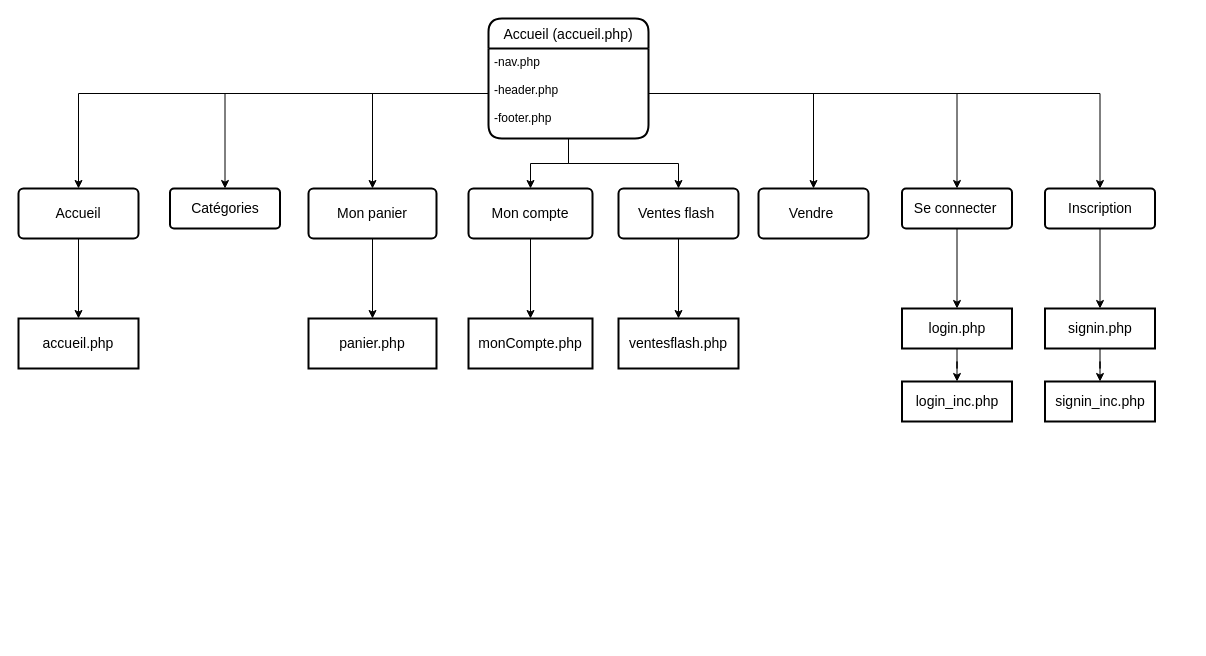
Before: storyboard.drawio in Whyrden/ECEAmazon, a draw.io diagram. Source tidied: cells renumbered, new cells numbered last; positions are measured from the earlier drawing's top-left corner, leaving out a move shared by most shapes. Both pictures are drawn from the tidied source at 100%, with x=0, y=0 at pixel (18, 18).
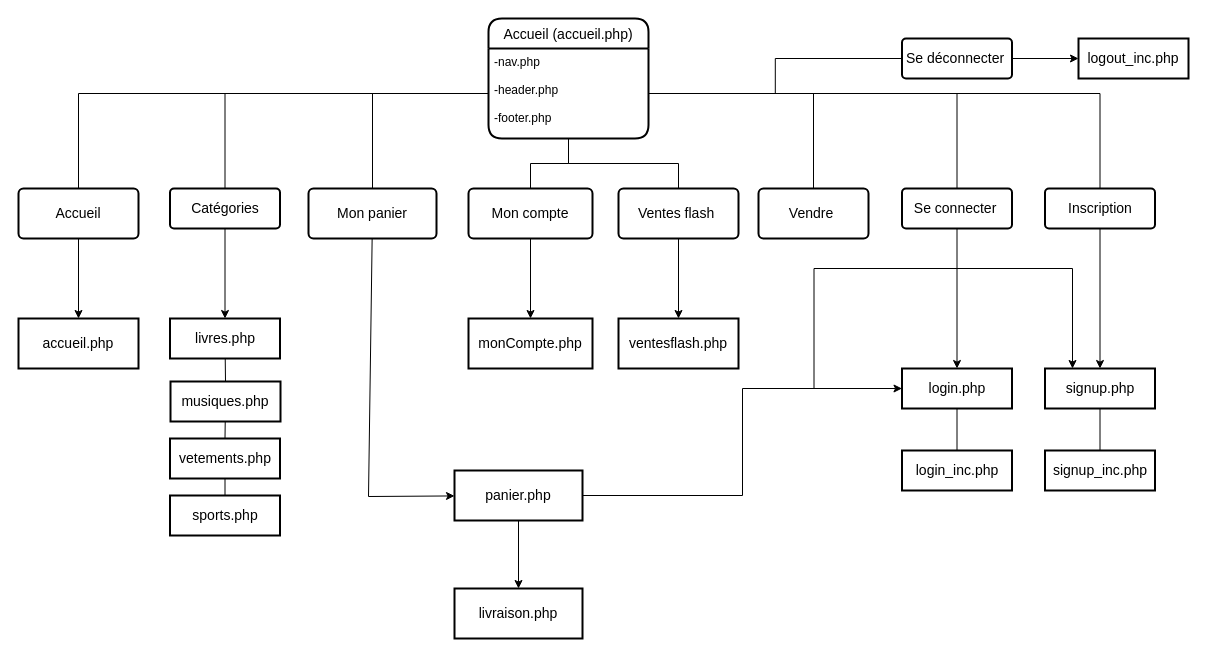
The same diagram, later.

Commit message (it also covers changes not shown here):
maj de la storyboard

Unchanged cells that the change refers to:
```xml
<mxCell id="3" value="Accueil&lt;br&gt;" style="strokeWidth=2;rounded=1;arcSize=10;whiteSpace=wrap;html=1;align=center;fontSize=14;fillColor=#FFFFFF;" parent="1" vertex="1">
  <mxGeometry y="170" width="120" height="50" as="geometry" />
</mxCell>
<mxCell id="5" value="Catégories&lt;br&gt;" style="strokeWidth=2;rounded=1;arcSize=10;whiteSpace=wrap;html=1;align=center;fontSize=14;fillColor=#FFFFFF;" parent="1" vertex="1">
  <mxGeometry x="151.5" y="170" width="110" height="40" as="geometry" />
</mxCell>
<mxCell id="6" value="Vendre&amp;nbsp;&lt;br&gt;" style="strokeWidth=2;rounded=1;arcSize=10;whiteSpace=wrap;html=1;align=center;fontSize=14;fillColor=#FFFFFF;" parent="1" vertex="1">
  <mxGeometry x="740" y="170" width="110" height="50" as="geometry" />
</mxCell>
<mxCell id="8" value="Mon panier&lt;br&gt;" style="strokeWidth=2;rounded=1;arcSize=10;whiteSpace=wrap;html=1;align=center;fontSize=14;fillColor=#FFFFFF;" parent="1" vertex="1">
  <mxGeometry x="290" y="170" width="128" height="50" as="geometry" />
</mxCell>
<mxCell id="11" value="Mon compte&lt;br&gt;" style="strokeWidth=2;rounded=1;arcSize=10;whiteSpace=wrap;html=1;align=center;fontSize=14;fillColor=#FFFFFF;" parent="1" vertex="1">
  <mxGeometry x="450" y="170" width="124" height="50" as="geometry" />
</mxCell>
<mxCell id="14" value="-nav.php&#10;&#10;-header.php&#10;&#10;-footer.php" style="align=left;strokeColor=none;fillColor=none;spacingLeft=4;fontSize=12;verticalAlign=top;" parent="13" vertex="1">
  <mxGeometry y="30" width="160" height="90" as="geometry" />
</mxCell>
<mxCell id="16" value="Ventes flash&amp;nbsp;&lt;br&gt;" style="strokeWidth=2;rounded=1;arcSize=10;whiteSpace=wrap;html=1;align=center;fontSize=14;fillColor=#FFFFFF;" parent="1" vertex="1">
  <mxGeometry x="600" y="170" width="120" height="50" as="geometry" />
</mxCell>
<mxCell id="19" value="Inscription&lt;br&gt;" style="strokeWidth=2;rounded=1;arcSize=10;whiteSpace=wrap;html=1;align=center;fontSize=14;fillColor=#FFFFFF;" parent="1" vertex="1">
  <mxGeometry x="1026.5" y="170" width="110" height="40" as="geometry" />
</mxCell>
<mxCell id="23" value="Se connecter&amp;nbsp;&lt;br&gt;" style="strokeWidth=2;rounded=1;arcSize=10;whiteSpace=wrap;html=1;align=center;fontSize=14;fillColor=#FFFFFF;" parent="1" vertex="1">
  <mxGeometry x="883.5" y="170" width="110" height="40" as="geometry" />
</mxCell>
```

Diff of the diagram source:
```diff
@@
+    <mxCell id="36" style="edgeStyle=orthogonalEdgeStyle;rounded=0;jettySize=auto;html=1;entryX=0.5;entryY=0;entryDx=0;entryDy=0;fontSize=15;fontColor=#000000;" parent="1" edge="1" source="5" target="40">
+      <mxGeometry relative="1" as="geometry" />
+    </mxCell>
@@
-    <mxCell id="7" style="edgeStyle=orthogonalEdgeStyle;rounded=0;jettySize=auto;html=1;fontSize=15;fontColor=#000000;" parent="1" edge="1" source="8" target="9">
-      <mxGeometry relative="1" as="geometry" />
+    <mxCell id="7" style="rounded=0;jettySize=auto;html=1;fontSize=15;fontColor=#000000;strokeColor=#000000;" parent="1" edge="1" source="8" target="9">
+      <mxGeometry relative="1" as="geometry">
+        <Array as="points">
+          <mxPoint x="350" y="478" />
+        </Array>
+      </mxGeometry>
     </mxCell>
@@
+    <mxCell id="37" style="edgeStyle=none;rounded=1;jettySize=auto;html=1;entryX=0.5;entryY=0;entryDx=0;entryDy=0;strokeColor=#000000;fontSize=15;fontColor=#000000;" parent="1" edge="1" source="9" target="46">
+      <mxGeometry relative="1" as="geometry" />
+    </mxCell>
+    <mxCell id="38" style="edgeStyle=orthogonalEdgeStyle;rounded=0;jettySize=auto;html=1;startArrow=none;startFill=0;endArrow=classic;endFill=1;strokeColor=#000000;fontSize=15;fontColor=#000000;entryX=0;entryY=0.5;entryDx=0;entryDy=0;" parent="1" edge="1" source="9" target="25">
+      <mxGeometry relative="1" as="geometry">
+        <Array as="points">
+          <mxPoint x="724" y="477" />
+          <mxPoint x="724" y="370" />
+        </Array>
+      </mxGeometry>
+    </mxCell>
     <mxCell id="9" value="panier.php" style="strokeWidth=2;rounded=0;arcSize=10;whiteSpace=wrap;html=1;align=center;fontSize=14;fillColor=#FFFFFF;" parent="1" vertex="1">
-      <mxGeometry x="290" y="300" width="128" height="50" as="geometry" />
+      <mxGeometry x="436" y="452" width="128" height="50" as="geometry" />
     </mxCell>
@@
-    <mxCell id="20" style="edgeStyle=orthogonalEdgeStyle;rounded=0;jettySize=auto;html=1;entryX=0.5;entryY=0;entryDx=0;entryDy=0;fontSize=15;fontColor=#000000;" parent="1" edge="1" source="21" target="35">
+    <mxCell id="20" style="edgeStyle=orthogonalEdgeStyle;rounded=0;jettySize=auto;html=1;entryX=0.5;entryY=0;entryDx=0;entryDy=0;fontSize=15;fontColor=#000000;endArrow=none;endFill=0;" parent="1" edge="1" source="21" target="35">
       <mxGeometry relative="1" as="geometry" />
     </mxCell>
-    <mxCell id="21" value="signin.php&lt;br&gt;" style="strokeWidth=2;rounded=0;arcSize=10;whiteSpace=wrap;html=1;align=center;fontSize=14;fillColor=#FFFFFF;" parent="1" vertex="1">
-      <mxGeometry x="1026.5" y="290" width="110" height="40" as="geometry" />
+    <mxCell id="21" value="signup.php&lt;br&gt;" style="strokeWidth=2;rounded=0;arcSize=10;whiteSpace=wrap;html=1;align=center;fontSize=14;fillColor=#FFFFFF;" parent="1" vertex="1">
+      <mxGeometry x="1026.5" y="350" width="110" height="40" as="geometry" />
     </mxCell>
@@
-    <mxCell id="24" style="edgeStyle=orthogonalEdgeStyle;rounded=0;jettySize=auto;html=1;fontSize=15;fontColor=#000000;" parent="1" edge="1" source="25" target="34">
+    <mxCell id="24" style="edgeStyle=orthogonalEdgeStyle;rounded=0;jettySize=auto;html=1;fontSize=15;fontColor=#000000;endArrow=none;endFill=0;" parent="1" edge="1" source="25" target="34">
       <mxGeometry relative="1" as="geometry" />
     </mxCell>
     <mxCell id="25" value="login.php&lt;br&gt;" style="strokeWidth=2;rounded=0;arcSize=10;whiteSpace=wrap;html=1;align=center;fontSize=14;fillColor=#FFFFFF;" parent="1" vertex="1">
-      <mxGeometry x="883.5" y="290" width="110" height="40" as="geometry" />
+      <mxGeometry x="883.5" y="350" width="110" height="40" as="geometry" />
     </mxCell>
-    <mxCell id="26" style="edgeStyle=orthogonalEdgeStyle;rounded=0;jettySize=auto;html=1;entryX=0.5;entryY=0;entryDx=0;entryDy=0;fontSize=15;fontColor=#000000;" parent="1" edge="1" source="14" target="3">
+    <mxCell id="26" style="edgeStyle=orthogonalEdgeStyle;rounded=0;jettySize=auto;html=1;entryX=0.5;entryY=0;entryDx=0;entryDy=0;fontSize=15;fontColor=#000000;endArrow=none;endFill=0;" parent="1" edge="1" source="14" target="3">
       <mxGeometry relative="1" as="geometry" />
     </mxCell>
-    <mxCell id="27" style="edgeStyle=orthogonalEdgeStyle;rounded=0;jettySize=auto;html=1;entryX=0.5;entryY=0;entryDx=0;entryDy=0;fontSize=15;fontColor=#000000;" parent="1" edge="1" source="14" target="5">
+    <mxCell id="27" style="edgeStyle=orthogonalEdgeStyle;rounded=0;jettySize=auto;html=1;entryX=0.5;entryY=0;entryDx=0;entryDy=0;fontSize=15;fontColor=#000000;endArrow=none;endFill=0;" parent="1" edge="1" source="14" target="5">
       <mxGeometry relative="1" as="geometry" />
     </mxCell>
-    <mxCell id="28" style="edgeStyle=orthogonalEdgeStyle;rounded=0;jettySize=auto;html=1;entryX=0.5;entryY=0;entryDx=0;entryDy=0;fontSize=15;fontColor=#000000;" parent="1" edge="1" source="14" target="8">
+    <mxCell id="28" style="edgeStyle=orthogonalEdgeStyle;rounded=0;jettySize=auto;html=1;entryX=0.5;entryY=0;entryDx=0;entryDy=0;fontSize=15;fontColor=#000000;endArrow=none;endFill=0;" parent="1" edge="1" source="14" target="8">
       <mxGeometry relative="1" as="geometry" />
     </mxCell>
-    <mxCell id="29" style="edgeStyle=orthogonalEdgeStyle;rounded=0;jettySize=auto;html=1;entryX=0.5;entryY=0;entryDx=0;entryDy=0;fontSize=15;fontColor=#000000;" parent="1" edge="1" source="14" target="11">
+    <mxCell id="29" style="edgeStyle=orthogonalEdgeStyle;rounded=0;jettySize=auto;html=1;entryX=0.5;entryY=0;entryDx=0;entryDy=0;fontSize=15;fontColor=#000000;endArrow=none;endFill=0;" parent="1" edge="1" source="14" target="11">
       <mxGeometry relative="1" as="geometry" />
     </mxCell>
-    <mxCell id="30" style="edgeStyle=orthogonalEdgeStyle;rounded=0;jettySize=auto;html=1;entryX=0.5;entryY=0;entryDx=0;entryDy=0;fontSize=15;fontColor=#000000;" parent="1" edge="1" source="14" target="16">
+    <mxCell id="30" style="edgeStyle=orthogonalEdgeStyle;rounded=0;jettySize=auto;html=1;entryX=0.5;entryY=0;entryDx=0;entryDy=0;fontSize=15;fontColor=#000000;endArrow=none;endFill=0;" parent="1" edge="1" source="14" target="16">
       <mxGeometry relative="1" as="geometry" />
     </mxCell>
-    <mxCell id="31" style="edgeStyle=orthogonalEdgeStyle;rounded=0;jettySize=auto;html=1;entryX=0.5;entryY=0;entryDx=0;entryDy=0;fontSize=15;fontColor=#000000;" parent="1" edge="1" source="14" target="6">
+    <mxCell id="31" style="edgeStyle=orthogonalEdgeStyle;rounded=0;jettySize=auto;html=1;entryX=0.5;entryY=0;entryDx=0;entryDy=0;fontSize=15;fontColor=#000000;endArrow=none;endFill=0;" parent="1" edge="1" source="14" target="6">
       <mxGeometry relative="1" as="geometry" />
     </mxCell>
-    <mxCell id="32" style="edgeStyle=orthogonalEdgeStyle;rounded=0;jettySize=auto;html=1;entryX=0.5;entryY=0;entryDx=0;entryDy=0;fontSize=15;fontColor=#000000;" parent="1" edge="1" source="14" target="23">
+    <mxCell id="32" style="edgeStyle=orthogonalEdgeStyle;rounded=0;jettySize=auto;html=1;entryX=0.5;entryY=0;entryDx=0;entryDy=0;fontSize=15;fontColor=#000000;endArrow=none;endFill=0;" parent="1" edge="1" source="14" target="23">
       <mxGeometry relative="1" as="geometry" />
     </mxCell>
-    <mxCell id="33" style="edgeStyle=orthogonalEdgeStyle;rounded=0;jettySize=auto;html=1;entryX=0.5;entryY=0;entryDx=0;entryDy=0;fontSize=15;fontColor=#000000;" parent="1" edge="1" source="14" target="19">
+    <mxCell id="33" style="edgeStyle=orthogonalEdgeStyle;rounded=0;jettySize=auto;html=1;entryX=0.5;entryY=0;entryDx=0;entryDy=0;fontSize=15;fontColor=#000000;startArrow=none;startFill=0;endArrow=none;endFill=0;" parent="1" edge="1" source="14" target="19">
       <mxGeometry relative="1" as="geometry" />
     </mxCell>
     <mxCell id="34" value="login_inc.php&lt;br&gt;" style="strokeWidth=2;rounded=0;arcSize=10;whiteSpace=wrap;html=1;align=center;fontSize=14;fillColor=#FFFFFF;" parent="1" vertex="1">
-      <mxGeometry x="883.5" y="363" width="110" height="40" as="geometry" />
+      <mxGeometry x="883.5" y="432" width="110" height="40" as="geometry" />
     </mxCell>
-    <mxCell id="35" value="signin_inc.php&lt;br&gt;" style="strokeWidth=2;rounded=0;arcSize=10;whiteSpace=wrap;html=1;align=center;fontSize=14;fillColor=#FFFFFF;" parent="1" vertex="1">
-      <mxGeometry x="1026.5" y="363" width="110" height="40" as="geometry" />
+    <mxCell id="35" value="signup_inc.php&lt;br&gt;" style="strokeWidth=2;rounded=0;arcSize=10;whiteSpace=wrap;html=1;align=center;fontSize=14;fillColor=#FFFFFF;" parent="1" vertex="1">
+      <mxGeometry x="1026.5" y="432" width="110" height="40" as="geometry" />
     </mxCell>
+    <mxCell id="39" style="edgeStyle=none;rounded=1;jettySize=auto;html=1;entryX=0.5;entryY=0;entryDx=0;entryDy=0;strokeColor=#000000;fontSize=15;fontColor=#000000;endArrow=none;endFill=0;" parent="1" edge="1" source="40" target="42">
+      <mxGeometry relative="1" as="geometry" />
+    </mxCell>
+    <mxCell id="40" value="livres.php&lt;br&gt;" style="strokeWidth=2;rounded=0;arcSize=10;whiteSpace=wrap;html=1;align=center;fontSize=14;fillColor=#FFFFFF;" parent="1" vertex="1">
+      <mxGeometry x="151.5" y="300" width="110" height="40" as="geometry" />
+    </mxCell>
+    <mxCell id="41" style="edgeStyle=none;rounded=1;jettySize=auto;html=1;entryX=0.5;entryY=0;entryDx=0;entryDy=0;strokeColor=#000000;fontSize=15;fontColor=#000000;endArrow=none;endFill=0;" parent="1" edge="1" source="42" target="44">
+      <mxGeometry relative="1" as="geometry" />
+    </mxCell>
+    <mxCell id="42" value="musiques.php&lt;br&gt;" style="strokeWidth=2;rounded=0;arcSize=10;whiteSpace=wrap;html=1;align=center;fontSize=14;fillColor=#FFFFFF;" parent="1" vertex="1">
+      <mxGeometry x="152" y="363" width="110" height="40" as="geometry" />
+    </mxCell>
+    <mxCell id="43" style="edgeStyle=none;rounded=1;jettySize=auto;html=1;entryX=0.5;entryY=0;entryDx=0;entryDy=0;strokeColor=#000000;fontSize=15;fontColor=#000000;endArrow=none;endFill=0;" parent="1" edge="1" source="44" target="45">
+      <mxGeometry relative="1" as="geometry" />
+    </mxCell>
+    <mxCell id="44" value="vetements.php&lt;br&gt;" style="strokeWidth=2;rounded=0;arcSize=10;whiteSpace=wrap;html=1;align=center;fontSize=14;fillColor=#FFFFFF;" parent="1" vertex="1">
+      <mxGeometry x="151.5" y="420" width="110" height="40" as="geometry" />
+    </mxCell>
+    <mxCell id="45" value="sports.php&lt;br&gt;" style="strokeWidth=2;rounded=0;arcSize=10;whiteSpace=wrap;html=1;align=center;fontSize=14;fillColor=#FFFFFF;" parent="1" vertex="1">
+      <mxGeometry x="151.5" y="477" width="110" height="40" as="geometry" />
+    </mxCell>
+    <mxCell id="46" value="livraison.php" style="strokeWidth=2;rounded=0;arcSize=10;whiteSpace=wrap;html=1;align=center;fontSize=14;fillColor=#FFFFFF;" parent="1" vertex="1">
+      <mxGeometry x="436" y="570" width="128" height="50" as="geometry" />
+    </mxCell>
+    <mxCell id="47" style="edgeStyle=orthogonalEdgeStyle;rounded=0;jettySize=auto;html=1;entryX=1;entryY=0.5;entryDx=0;entryDy=0;startArrow=none;startFill=0;endArrow=none;endFill=0;strokeColor=#000000;fontSize=15;fontColor=#000000;" parent="1" edge="1" source="49" target="14">
+      <mxGeometry relative="1" as="geometry" />
+    </mxCell>
+    <mxCell id="48" style="edgeStyle=orthogonalEdgeStyle;rounded=0;jettySize=auto;html=1;entryX=0;entryY=0.5;entryDx=0;entryDy=0;startArrow=none;startFill=0;endArrow=classic;endFill=1;strokeColor=#000000;fontSize=15;fontColor=#000000;" parent="1" edge="1" source="49" target="50">
+      <mxGeometry relative="1" as="geometry" />
+    </mxCell>
+    <mxCell id="49" value="Se déconnecter&amp;nbsp;&lt;br&gt;" style="strokeWidth=2;rounded=1;arcSize=10;whiteSpace=wrap;html=1;align=center;fontSize=14;fillColor=#FFFFFF;" parent="1" vertex="1">
+      <mxGeometry x="883.5" y="20" width="110" height="40" as="geometry" />
+    </mxCell>
+    <mxCell id="50" value="logout_inc.php&lt;br&gt;" style="strokeWidth=2;rounded=0;arcSize=10;whiteSpace=wrap;html=1;align=center;fontSize=14;fillColor=#FFFFFF;" parent="1" vertex="1">
+      <mxGeometry x="1060" y="20" width="110" height="40" as="geometry" />
+    </mxCell>
+    <mxCell id="51" style="edgeStyle=orthogonalEdgeStyle;rounded=0;jettySize=auto;html=1;fontSize=15;fontColor=#000000;entryX=0.25;entryY=0;entryDx=0;entryDy=0;" parent="1" edge="1" target="21">
+      <mxGeometry relative="1" as="geometry">
+        <mxPoint x="795.5" y="370" as="sourcePoint" />
+        <Array as="points">
+          <mxPoint x="796" y="250" />
+          <mxPoint x="1054" y="250" />
+        </Array>
+      </mxGeometry>
+    </mxCell>
```
